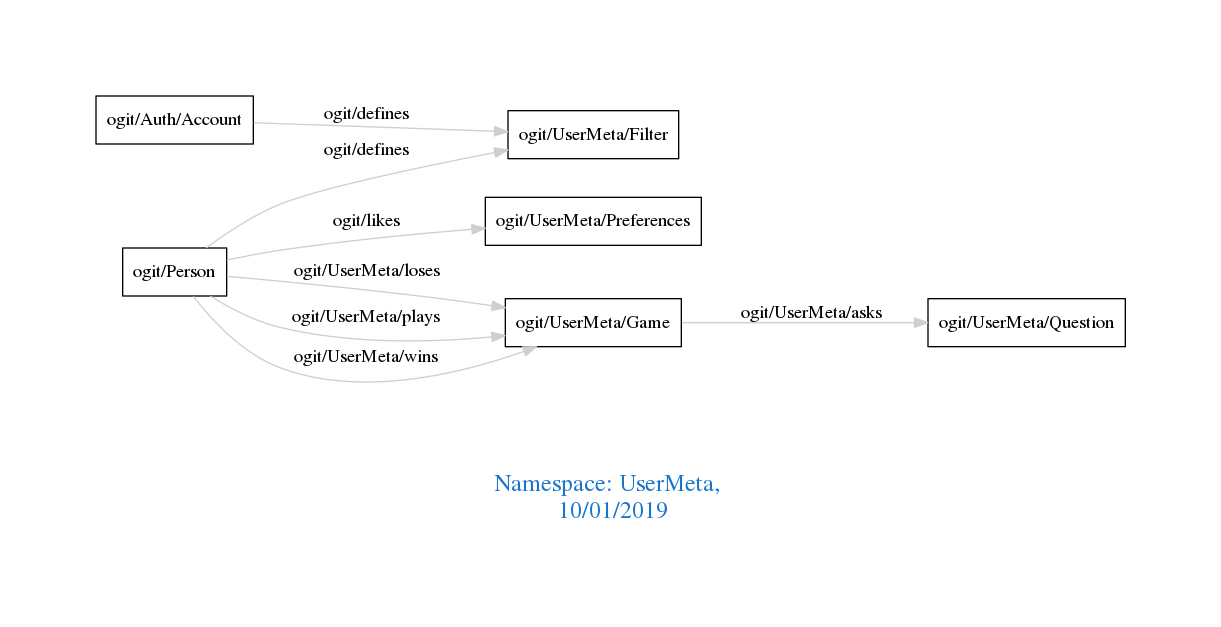
arago/OGIT keeps this Graphviz diagram as downloads/UserMeta.png. Above is the earlier version. Its source is kept beside it as downloads/UserMeta.dot.
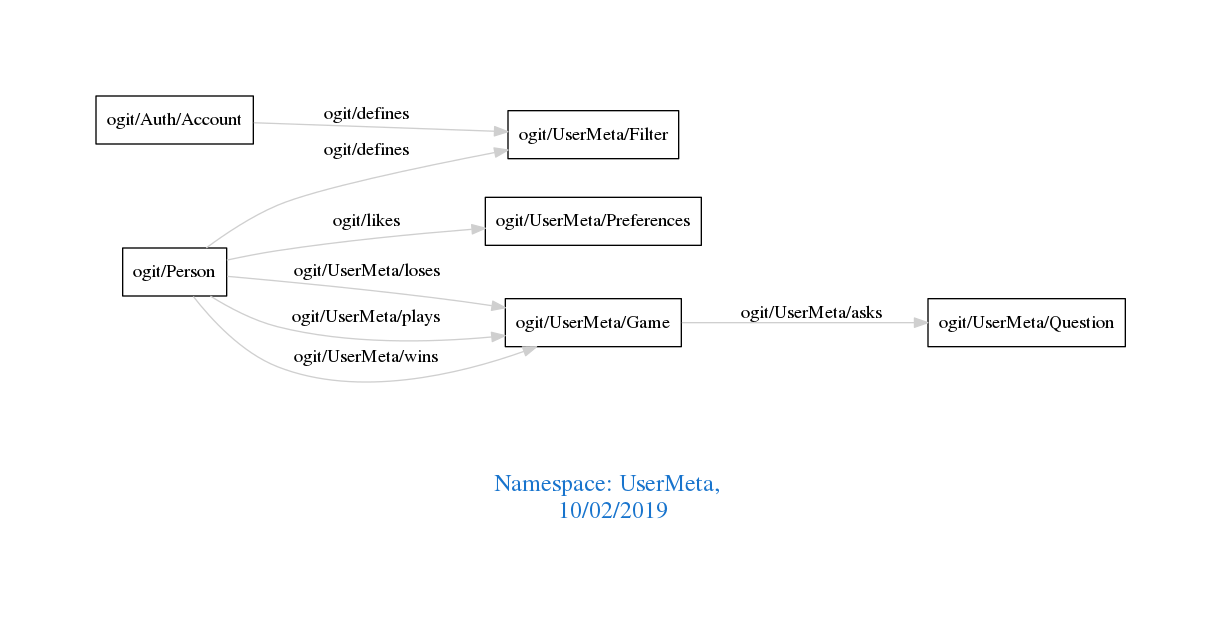
After the commit.

Change to the diagram source:
```diff
@@ -1,7 +1,7 @@
 digraph OGIT_ontology {
  graph [ rankdir= LR,pad=1
 fontsize = 18,
-fontcolor= dodgerblue3,label = "\n\n\nNamespace: UserMeta, \n 10/01/2019"];
+fontcolor= dodgerblue3,label = "\n\n\nNamespace: UserMeta, \n 10/02/2019"];
 node[shape=polygon];
 edge [  color="gray81"];
 
```
